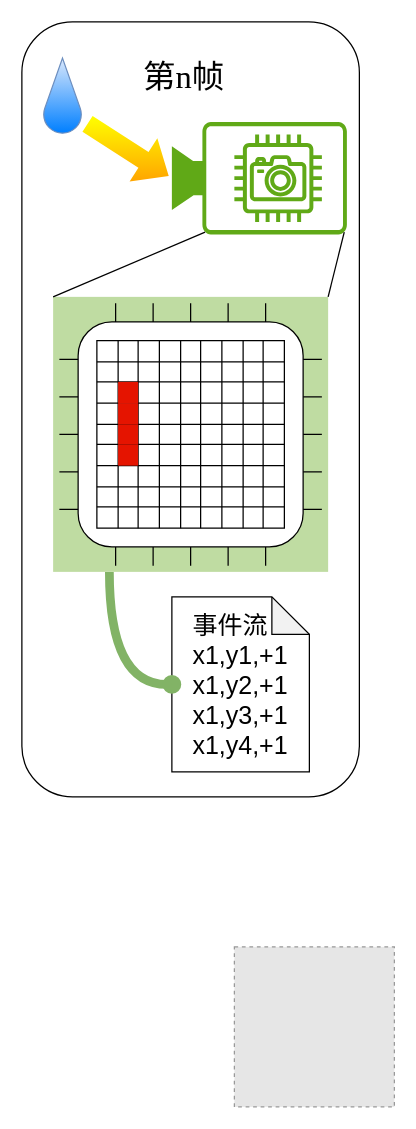
The draw.io diagram Untitled Diagram.drawio in sunshangquan/yolov4-pytorch, before the edit. Source tidied: cells renumbered, new cells numbered last; positions are measured from the earlier drawing's top-left corner, leaving out a move shared by most shapes. Both pictures are drawn from the tidied source at 125%, with x=0, y=0 at pixel (21, 21). Pictures stored in the file or linked from it are replaced by grey dashed boxes.
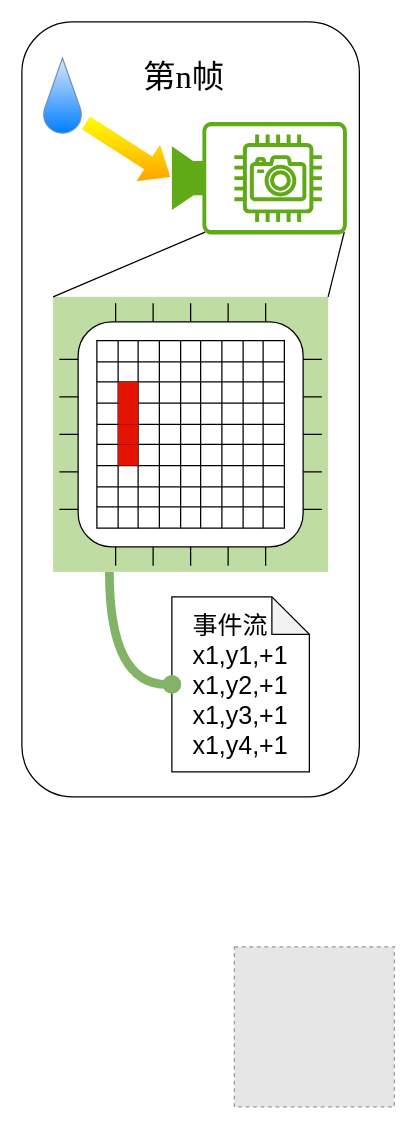
The same page after the edit.

The change refers to these unchanged cells:
```xml
<mxCell id="4" style="points=[[0,0.5,0],[0.19,0.02,0],[0.59,0,0],[0.985,0.02,0],[1,0.5,0],[0.985,0.98,0],[0.59,1,0],[0.19,0.98,0]];verticalLabelPosition=bottom;sketch=0;html=1;verticalAlign=top;align=center;shape=mxgraph.cisco19.camera;fillColor=#60a917;strokeColor=#2D7600;fontColor=#ffffff;" parent="1" vertex="1">
  <mxGeometry x="120" y="80" width="140" height="90" as="geometry" />
</mxCell>
```

The edit, as a diff of the source:
```diff
@@
-    <mxCell id="109" style="endArrow=block;html=1;rounded=0;entryX=0;entryY=0.5;entryDx=0;entryDy=0;entryPerimeter=0;strokeColor=none;strokeWidth=6;fillColor=#FFFF00;gradientColor=#ffa500;shape=flexArrow;" parent="1" edge="1" target="4">
+    <mxCell id="109" style="endArrow=block;html=1;rounded=0;entryX=0;entryY=0.5;entryDx=0;entryDy=0;entryPerimeter=0;strokeColor=none;strokeWidth=3;fillColor=#FFFF00;gradientColor=#ffa500;shape=flexArrow;" parent="1" edge="1" target="4">
       <mxGeometry relative="1" as="geometry">
         <mxPoint x="50" y="80" as="sourcePoint" />
       </mxGeometry>
     </mxCell>
```
